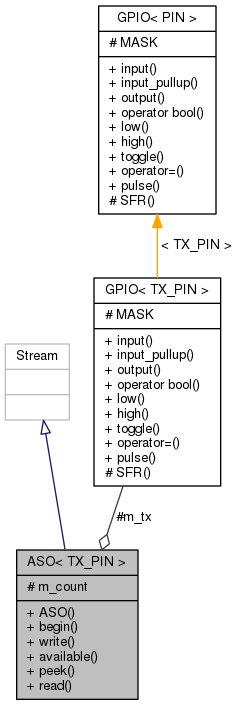
The Graphviz diagram Arduino-GPIO/d3/d77/classASO__coll__graph.png in mikaelpatel/mikaelpatel.github.io, before a commit. Its source is kept beside it as Arduino-GPIO/d3/d77/classASO__coll__graph.dot.
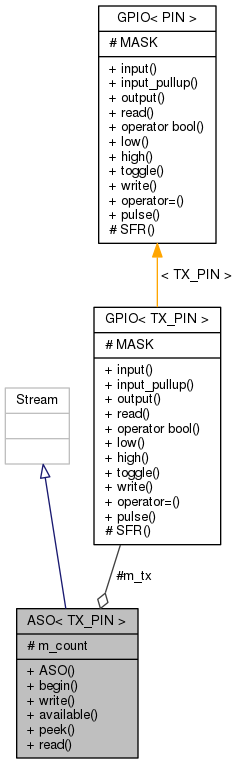
The same file after the commit.

Change to the diagram source:
```diff
@@ -6,7 +6,7 @@
   Node2 -> Node1 [dir="back",color="midnightblue",fontsize="10",style="solid",arrowtail="onormal",fontname="Helvetica"];
   Node2 [label="{Stream\n||}",height=0.2,width=0.4,color="grey75", fillcolor="white", style="filled"];
   Node3 -> Node1 [color="grey25",fontsize="10",style="solid",label=" #m_tx" ,arrowhead="odiamond",fontname="Helvetica"];
-  Node3 [label="{GPIO\< TX_PIN \>\n|# MASK\l|+ input()\l+ input_pullup()\l+ output()\l+ operator bool()\l+ low()\l+ high()\l+ toggle()\l+ operator=()\l+ pulse()\l# SFR()\l}",height=0.2,width=0.4,color="black", fillcolor="white", style="filled",URL="$d7/dde/classGPIO.html"];
+  Node3 [label="{GPIO\< TX_PIN \>\n|# MASK\l|+ input()\l+ input_pullup()\l+ output()\l+ read()\l+ operator bool()\l+ low()\l+ high()\l+ toggle()\l+ write()\l+ operator=()\l+ pulse()\l# SFR()\l}",height=0.2,width=0.4,color="black", fillcolor="white", style="filled",URL="$d7/dde/classGPIO.html"];
   Node4 -> Node3 [dir="back",color="orange",fontsize="10",style="solid",label=" \< TX_PIN \>" ,fontname="Helvetica"];
-  Node4 [label="{GPIO\< PIN \>\n|# MASK\l|+ input()\l+ input_pullup()\l+ output()\l+ operator bool()\l+ low()\l+ high()\l+ toggle()\l+ operator=()\l+ pulse()\l# SFR()\l}",height=0.2,width=0.4,color="black", fillcolor="white", style="filled",URL="$d7/dde/classGPIO.html"];
+  Node4 [label="{GPIO\< PIN \>\n|# MASK\l|+ input()\l+ input_pullup()\l+ output()\l+ read()\l+ operator bool()\l+ low()\l+ high()\l+ toggle()\l+ write()\l+ operator=()\l+ pulse()\l# SFR()\l}",height=0.2,width=0.4,color="black", fillcolor="white", style="filled",URL="$d7/dde/classGPIO.html"];
 }
```
